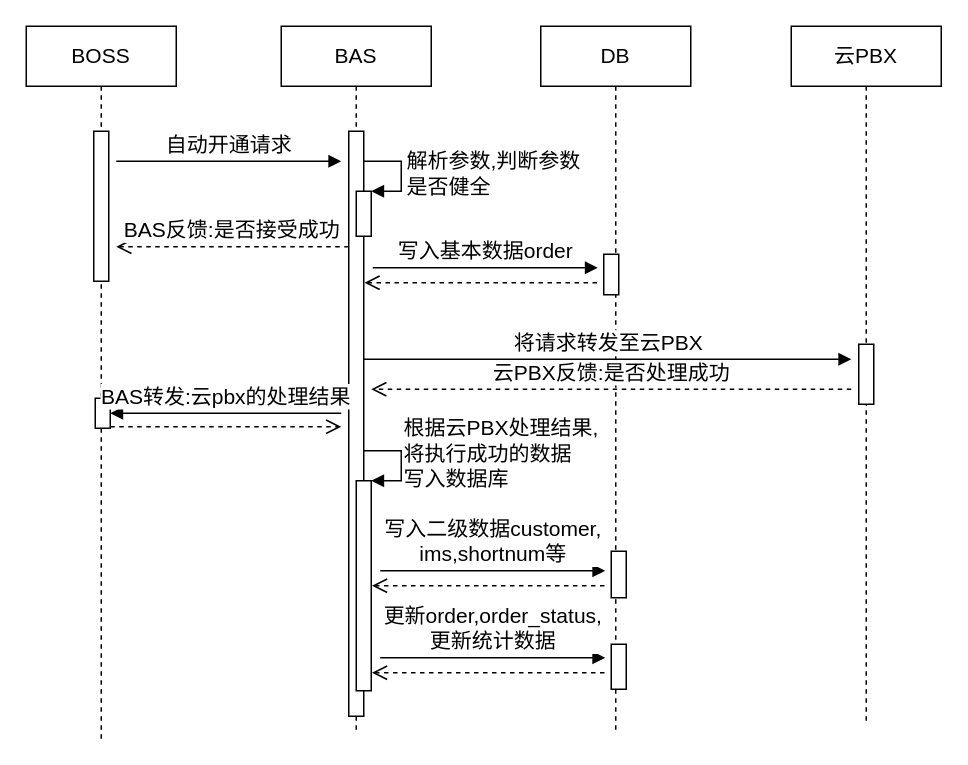
The draw.io diagram BAS/sequence-interaction.drawio in waterwatermelon/graph, before the edit. Source tidied: cells renumbered, new cells numbered last; positions are measured from the earlier drawing's top-left corner, leaving out a move shared by most shapes. Both pictures are drawn from the tidied source at 150%, with x=0, y=0 at pixel (26, 26).
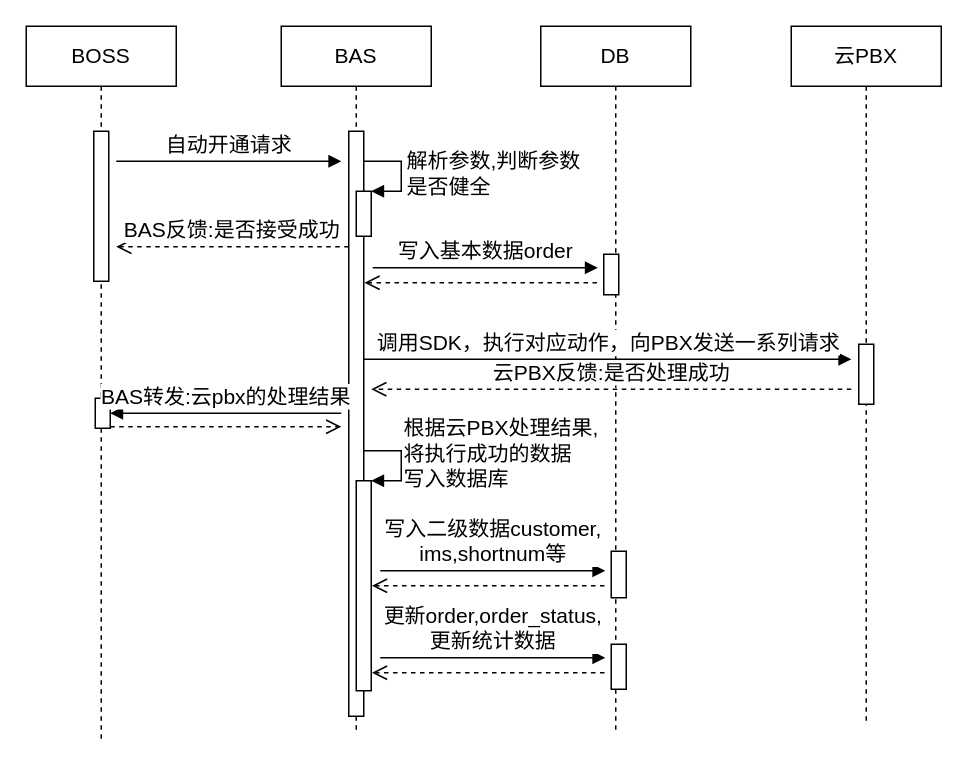
The same page after the edit.

What changed in the source:
```diff
@@
-    <mxCell id="15" value="将请求转发至云PBX" style="html=1;verticalAlign=bottom;endArrow=block;fontSize=14;" parent="1" edge="1">
+    <mxCell id="15" value="调用SDK，执行对应动作，向PBX发送一系列请求" style="html=1;verticalAlign=bottom;endArrow=block;fontSize=14;" parent="1" edge="1">
       <mxGeometry relative="1" as="geometry">
         <mxPoint x="225" y="222" as="sourcePoint" />
         <mxPoint x="550" y="222" as="targetPoint" />
       </mxGeometry>
     </mxCell>
```
